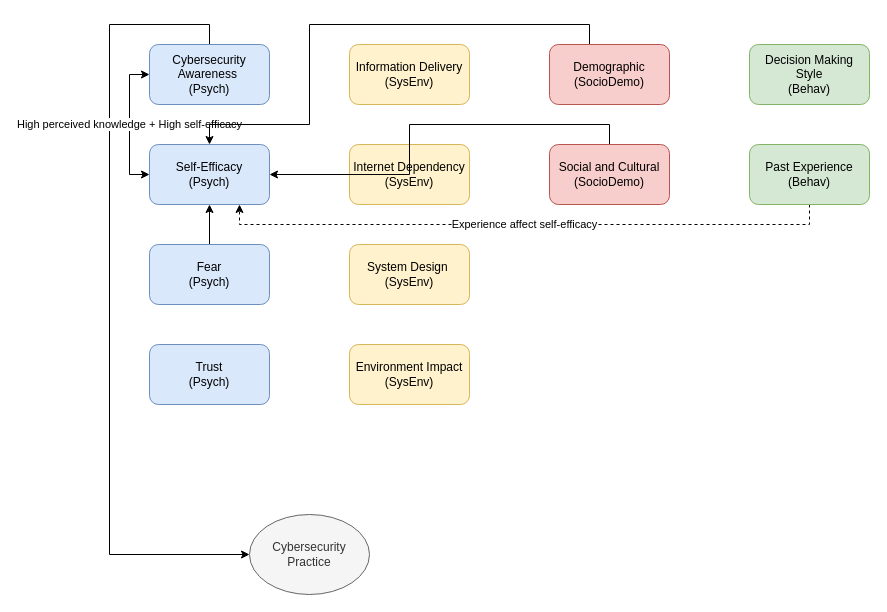
This is page "Page-1" (1 of 2) of Diagrams/Codebook.drawio from HooradAboo/I-CLAIM, a draw.io file, before an edit. Source tidied: cells renumbered, new cells numbered last; positions are measured from the earlier drawing's top-left corner, leaving out a move shared by most shapes. Both pictures are drawn from the tidied source at 100%, with x=0, y=0 at pixel (109, 24).
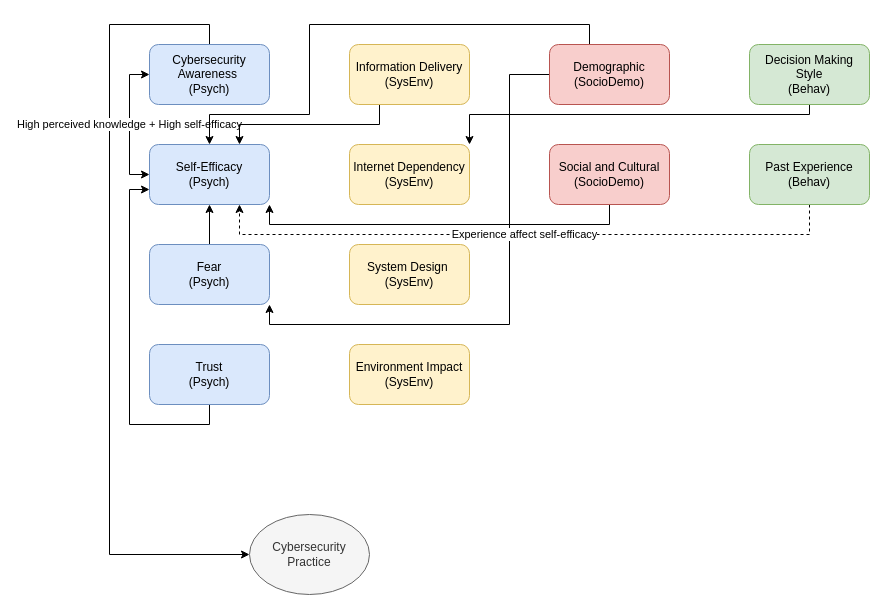
Above is the later version.

Commit message:
Added codebook diagram

Unchanged cells that the change refers to:
```xml
<mxCell id="5" value="Self-Efficacy&lt;br&gt;(Psych)" style="rounded=1;whiteSpace=wrap;html=1;fillColor=#dae8fc;strokeColor=#6c8ebf;" parent="1" vertex="1">
  <mxGeometry x="40" y="120" width="120" height="60" as="geometry" />
</mxCell>
<mxCell id="7" value="Fear&lt;br&gt;(Psych)" style="rounded=1;whiteSpace=wrap;html=1;fillColor=#dae8fc;strokeColor=#6c8ebf;" parent="1" vertex="1">
  <mxGeometry x="40" y="220" width="120" height="60" as="geometry" />
</mxCell>
<mxCell id="8" value="Trust&lt;br&gt;(Psych)" style="rounded=1;whiteSpace=wrap;html=1;fillColor=#dae8fc;strokeColor=#6c8ebf;" parent="1" vertex="1">
  <mxGeometry x="40" y="320" width="120" height="60" as="geometry" />
</mxCell>
<mxCell id="9" value="Information Delivery&lt;br&gt;(SysEnv)" style="rounded=1;whiteSpace=wrap;html=1;fillColor=#fff2cc;strokeColor=#d6b656;" parent="1" vertex="1">
  <mxGeometry x="240" y="20" width="120" height="60" as="geometry" />
</mxCell>
<mxCell id="10" value="Internet Dependency&lt;br&gt;(SysEnv)" style="rounded=1;whiteSpace=wrap;html=1;fillColor=#fff2cc;strokeColor=#d6b656;" parent="1" vertex="1">
  <mxGeometry x="240" y="120" width="120" height="60" as="geometry" />
</mxCell>
<mxCell id="14" value="Demographic&lt;br&gt;(SocioDemo)" style="rounded=1;whiteSpace=wrap;html=1;fillColor=#f8cecc;strokeColor=#b85450;" parent="1" vertex="1">
  <mxGeometry x="440" y="20" width="120" height="60" as="geometry" />
</mxCell>
<mxCell id="16" value="Social and Cultural&lt;br&gt;(SocioDemo)" style="rounded=1;whiteSpace=wrap;html=1;fillColor=#f8cecc;strokeColor=#b85450;" parent="1" vertex="1">
  <mxGeometry x="440" y="120" width="120" height="60" as="geometry" />
</mxCell>
<mxCell id="17" value="Decision Making Style&lt;br&gt;(Behav)" style="rounded=1;whiteSpace=wrap;html=1;fillColor=#d5e8d4;strokeColor=#82b366;" parent="1" vertex="1">
  <mxGeometry x="640" y="20" width="120" height="60" as="geometry" />
</mxCell>
<mxCell id="19" value="Past Experience&lt;br&gt;(Behav)" style="rounded=1;whiteSpace=wrap;html=1;fillColor=#d5e8d4;strokeColor=#82b366;" parent="1" vertex="1">
  <mxGeometry x="640" y="120" width="120" height="60" as="geometry" />
</mxCell>
```

The edit, as a diff of the source:
```diff
@@
+    <mxCell id="21" style="edgeStyle=orthogonalEdgeStyle;rounded=0;jettySize=auto;html=1;exitX=0.5;exitY=1;exitDx=0;exitDy=0;entryX=0;entryY=0.75;entryDx=0;entryDy=0;" parent="1" edge="1" source="8" target="5">
+      <mxGeometry relative="1" as="geometry" />
+    </mxCell>
@@
+    <mxCell id="22" style="edgeStyle=orthogonalEdgeStyle;rounded=0;jettySize=auto;html=1;exitX=0.25;exitY=1;exitDx=0;exitDy=0;entryX=0.75;entryY=0;entryDx=0;entryDy=0;" parent="1" edge="1" source="9" target="5">
+      <mxGeometry relative="1" as="geometry">
+        <Array as="points">
+          <mxPoint x="270" y="100" />
+          <mxPoint x="130" y="100" />
+        </Array>
+      </mxGeometry>
+    </mxCell>
@@
     <mxCell id="13" style="edgeStyle=orthogonalEdgeStyle;rounded=0;jettySize=auto;html=1;exitX=0.5;exitY=0;exitDx=0;exitDy=0;entryX=0.5;entryY=0;entryDx=0;entryDy=0;" parent="1" edge="1" source="14" target="5">
       <mxGeometry relative="1" as="geometry">
         <Array as="points">
           <mxPoint x="480" y="20" />
           <mxPoint x="480" />
           <mxPoint x="200" />
-          <mxPoint x="200" y="100" />
-          <mxPoint x="100" y="100" />
+          <mxPoint x="200" y="90" />
+          <mxPoint x="100" y="90" />
         </Array>
       </mxGeometry>
     </mxCell>
+    <mxCell id="23" style="edgeStyle=orthogonalEdgeStyle;rounded=0;jettySize=auto;html=1;exitX=0;exitY=0.5;exitDx=0;exitDy=0;entryX=1;entryY=1;entryDx=0;entryDy=0;" parent="1" edge="1" source="14" target="7">
+      <mxGeometry relative="1" as="geometry">
+        <Array as="points">
+          <mxPoint x="400" y="50" />
+          <mxPoint x="400" y="300" />
+          <mxPoint x="160" y="300" />
+        </Array>
+      </mxGeometry>
+    </mxCell>
@@
-    <mxCell id="15" style="edgeStyle=orthogonalEdgeStyle;rounded=0;jettySize=auto;html=1;exitX=0.5;exitY=0;exitDx=0;exitDy=0;entryX=1;entryY=0.5;entryDx=0;entryDy=0;" parent="1" edge="1" source="16" target="5">
+    <mxCell id="15" style="edgeStyle=orthogonalEdgeStyle;rounded=0;jettySize=auto;html=1;exitX=0.5;exitY=1;exitDx=0;exitDy=0;entryX=1;entryY=1;entryDx=0;entryDy=0;" parent="1" edge="1" source="16" target="5">
       <mxGeometry relative="1" as="geometry" />
     </mxCell>
@@
+    <mxCell id="24" style="edgeStyle=orthogonalEdgeStyle;rounded=0;jettySize=auto;html=1;exitX=0.5;exitY=1;exitDx=0;exitDy=0;entryX=1;entryY=0;entryDx=0;entryDy=0;" parent="1" edge="1" source="17" target="10">
+      <mxGeometry relative="1" as="geometry">
+        <Array as="points">
+          <mxPoint x="700" y="90" />
+          <mxPoint x="360" y="90" />
+        </Array>
+      </mxGeometry>
+    </mxCell>
@@
     <mxCell id="18" value="Experience affect self-efficacy" style="edgeStyle=orthogonalEdgeStyle;rounded=0;jettySize=auto;html=1;exitX=0.5;exitY=1;exitDx=0;exitDy=0;entryX=0.75;entryY=1;entryDx=0;entryDy=0;dashed=1;" parent="1" edge="1" source="19" target="5">
-      <mxGeometry relative="1" as="geometry" />
+      <mxGeometry relative="1" as="geometry">
+        <Array as="points">
+          <mxPoint x="700" y="210" />
+          <mxPoint x="130" y="210" />
+        </Array>
+      </mxGeometry>
     </mxCell>
```
